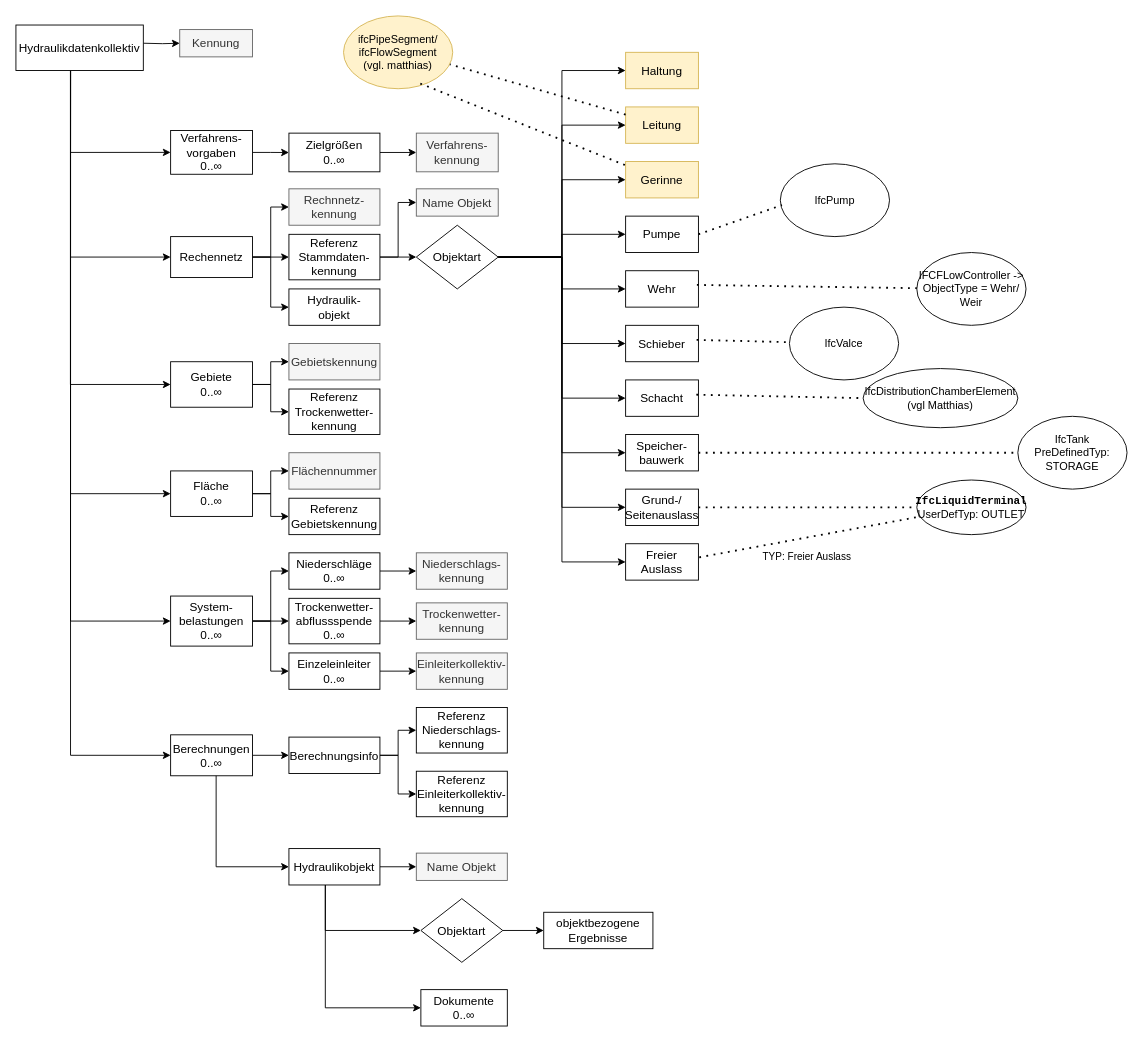
The draw.io diagram Grobwasser mit IFC Klassen.drawio in simonwb123/BA-ISYBAU, before the edit. Source tidied: cells renumbered, new cells numbered last; positions are measured from the earlier drawing's top-left corner, leaving out a move shared by most shapes. Both pictures are drawn from the tidied source at 91%, with x=0, y=0 at pixel (15, 15).
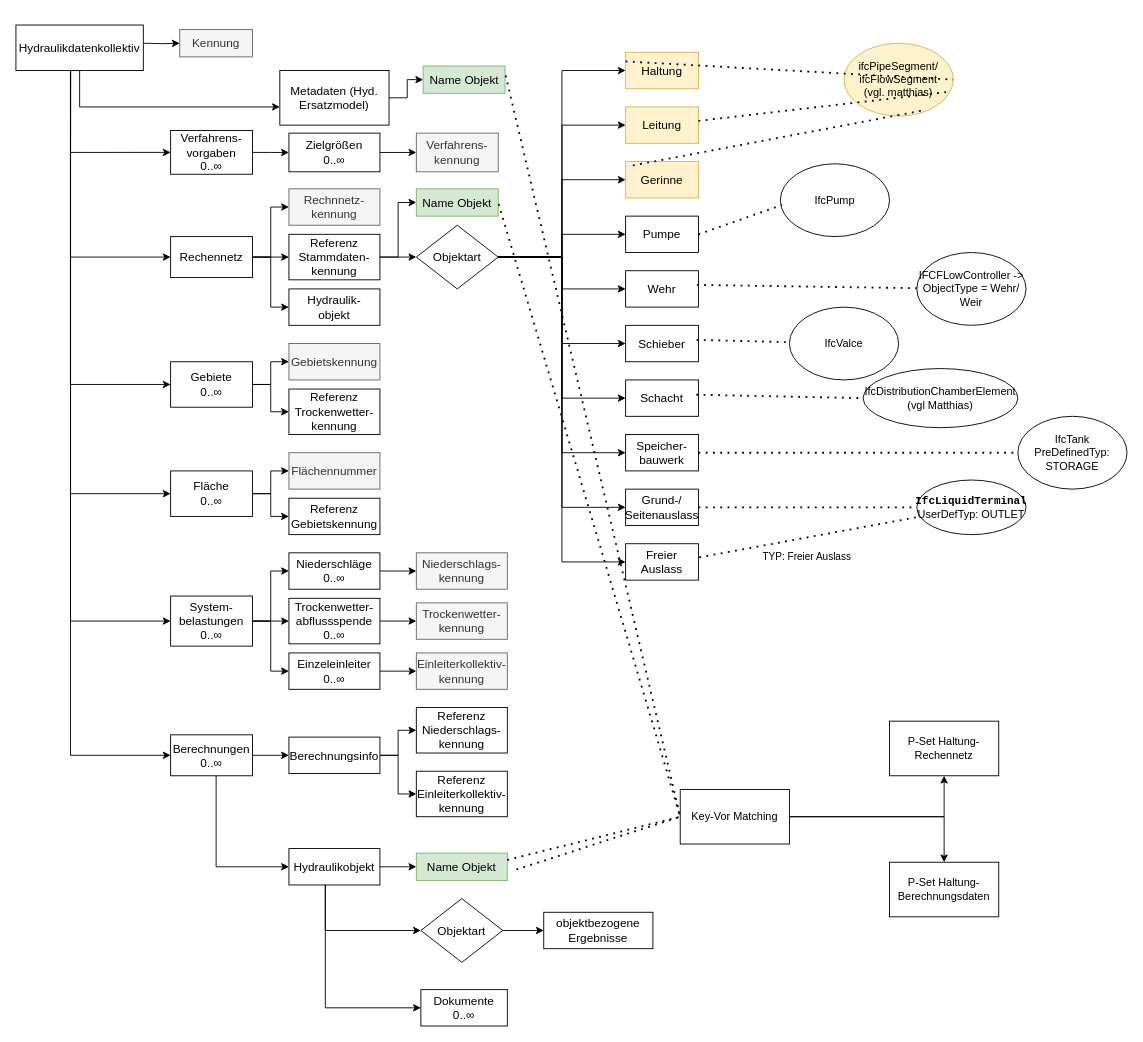
The same page after the edit.

Commit message:
Konverter Struktur

Unchanged cells that the change refers to:
```xml
<mxCell id="33" value="Haltung" style="rounded=0;whiteSpace=wrap;html=1;fontFamily=Latin Modern;fontSize=13;fillColor=#fff2cc;strokeColor=#d6b656;" parent="1" vertex="1">
  <mxGeometry x="670" y="40" width="80" height="40" as="geometry" />
</mxCell>
<mxCell id="87" value="Hydraulikdatenkollektiv" style="rounded=0;whiteSpace=wrap;html=1;fontFamily=Latin Modern;fontSize=13;" parent="1" vertex="1">
  <mxGeometry y="10" width="140" height="50" as="geometry" />
</mxCell>
```

The edit, as a diff of the source:
```diff
@@
-    <mxCell id="41" value="Name Objekt" style="rounded=0;whiteSpace=wrap;html=1;fontFamily=Latin Modern;fontSize=13;fillColor=#f5f5f5;fontColor=#333333;strokeColor=#666666;" parent="1" vertex="1">
+    <mxCell id="41" value="Name Objekt" style="rounded=0;whiteSpace=wrap;html=1;fontFamily=Latin Modern;fontSize=13;fillColor=#d5e8d4;strokeColor=#82b366;" parent="1" vertex="1">
       <mxGeometry x="440" y="190" width="90" height="30" as="geometry" />
     </mxCell>
@@
-    <mxCell id="85" value="Name Objekt" style="rounded=0;whiteSpace=wrap;html=1;fontFamily=Latin Modern;fontSize=13;fillColor=#f5f5f5;fontColor=#333333;strokeColor=#666666;" parent="1" vertex="1">
+    <mxCell id="85" value="Name Objekt" style="rounded=0;whiteSpace=wrap;html=1;fontFamily=Latin Modern;fontSize=13;fillColor=#d5e8d4;strokeColor=#82b366;" parent="1" vertex="1">
       <mxGeometry x="440" y="920" width="100" height="30" as="geometry" />
     </mxCell>
@@
+    <mxCell id="105" style="edgeStyle=orthogonalEdgeStyle;rounded=0;jettySize=auto;html=1;" parent="1" edge="1" source="87" target="114">
+      <mxGeometry relative="1" as="geometry">
+        <Array as="points">
+          <mxPoint x="70" y="100" />
+        </Array>
+      </mxGeometry>
+    </mxCell>
@@
     <mxCell id="88" value="ifcPipeSegment/&lt;br&gt;ifcFlowSegment&lt;br&gt;(vgl. matthias)" style="ellipse;whiteSpace=wrap;html=1;fillColor=#fff2cc;strokeColor=#d6b656;" parent="1" vertex="1">
-      <mxGeometry x="360" width="120" height="80" as="geometry" />
+      <mxGeometry x="910" y="30" width="120" height="80" as="geometry" />
     </mxCell>
@@
+    <mxCell id="106" style="endArrow=none;dashed=1;html=1;dashPattern=1 3;strokeWidth=2;rounded=0;entryX=1;entryY=0.5;entryDx=0;entryDy=0;exitX=0;exitY=0.25;exitDx=0;exitDy=0;" parent="1" edge="1" source="33" target="88">
+      <mxGeometry relative="1" as="geometry" />
+    </mxCell>
+    <mxCell id="107" style="endArrow=none;dashed=1;html=1;dashPattern=1 3;strokeWidth=2;rounded=0;entryX=1;entryY=0.5;entryDx=0;entryDy=0;exitX=1;exitY=0.25;exitDx=0;exitDy=0;" parent="1" edge="1" source="85" target="41">
+      <mxGeometry relative="1" as="geometry">
+        <Array as="points">
+          <mxPoint x="730" y="880" />
+        </Array>
+      </mxGeometry>
+    </mxCell>
+    <mxCell id="108" style="edgeStyle=orthogonalEdgeStyle;rounded=0;jettySize=auto;html=1;" parent="1" edge="1" source="110" target="111">
+      <mxGeometry relative="1" as="geometry" />
+    </mxCell>
+    <mxCell id="109" style="edgeStyle=orthogonalEdgeStyle;rounded=0;jettySize=auto;html=1;" parent="1" edge="1" source="110" target="112">
+      <mxGeometry relative="1" as="geometry" />
+    </mxCell>
+    <mxCell id="110" value="Key-Vor Matching" style="rounded=0;whiteSpace=wrap;html=1;" parent="1" vertex="1">
+      <mxGeometry x="730" y="850" width="120" height="60" as="geometry" />
+    </mxCell>
+    <mxCell id="111" value="P-Set Haltung-Rechennetz" style="rounded=0;whiteSpace=wrap;html=1;" parent="1" vertex="1">
+      <mxGeometry x="960" y="775" width="120" height="60" as="geometry" />
+    </mxCell>
+    <mxCell id="112" value="P-Set Haltung-Berechnungsdaten" style="whiteSpace=wrap;html=1;rounded=0;" parent="1" vertex="1">
+      <mxGeometry x="960" y="930" width="120" height="60" as="geometry" />
+    </mxCell>
+    <mxCell id="113" style="edgeStyle=orthogonalEdgeStyle;rounded=0;jettySize=auto;html=1;" parent="1" edge="1" source="114" target="115">
+      <mxGeometry relative="1" as="geometry" />
+    </mxCell>
+    <mxCell id="114" value="Metadaten (Hyd. Ersatzmodel)" style="whiteSpace=wrap;html=1;fontSize=13;fontFamily=Latin Modern;rounded=0;" parent="1" vertex="1">
+      <mxGeometry x="290" y="60" width="120" height="60" as="geometry" />
+    </mxCell>
+    <mxCell id="115" value="Name Objekt" style="rounded=0;whiteSpace=wrap;html=1;fontFamily=Latin Modern;fontSize=13;fillColor=#d5e8d4;strokeColor=#82b366;" parent="1" vertex="1">
+      <mxGeometry x="447.5" y="55" width="90" height="30" as="geometry" />
+    </mxCell>
+    <mxCell id="116" style="endArrow=none;dashed=1;html=1;dashPattern=1 3;strokeWidth=2;rounded=0;entryX=1;entryY=0.25;entryDx=0;entryDy=0;exitX=1;exitY=0.25;exitDx=0;exitDy=0;" parent="1" edge="1" target="115">
+      <mxGeometry relative="1" as="geometry">
+        <mxPoint x="550" y="938" as="sourcePoint" />
+        <Array as="points">
+          <mxPoint x="730" y="880" />
+        </Array>
+      </mxGeometry>
+    </mxCell>
```
